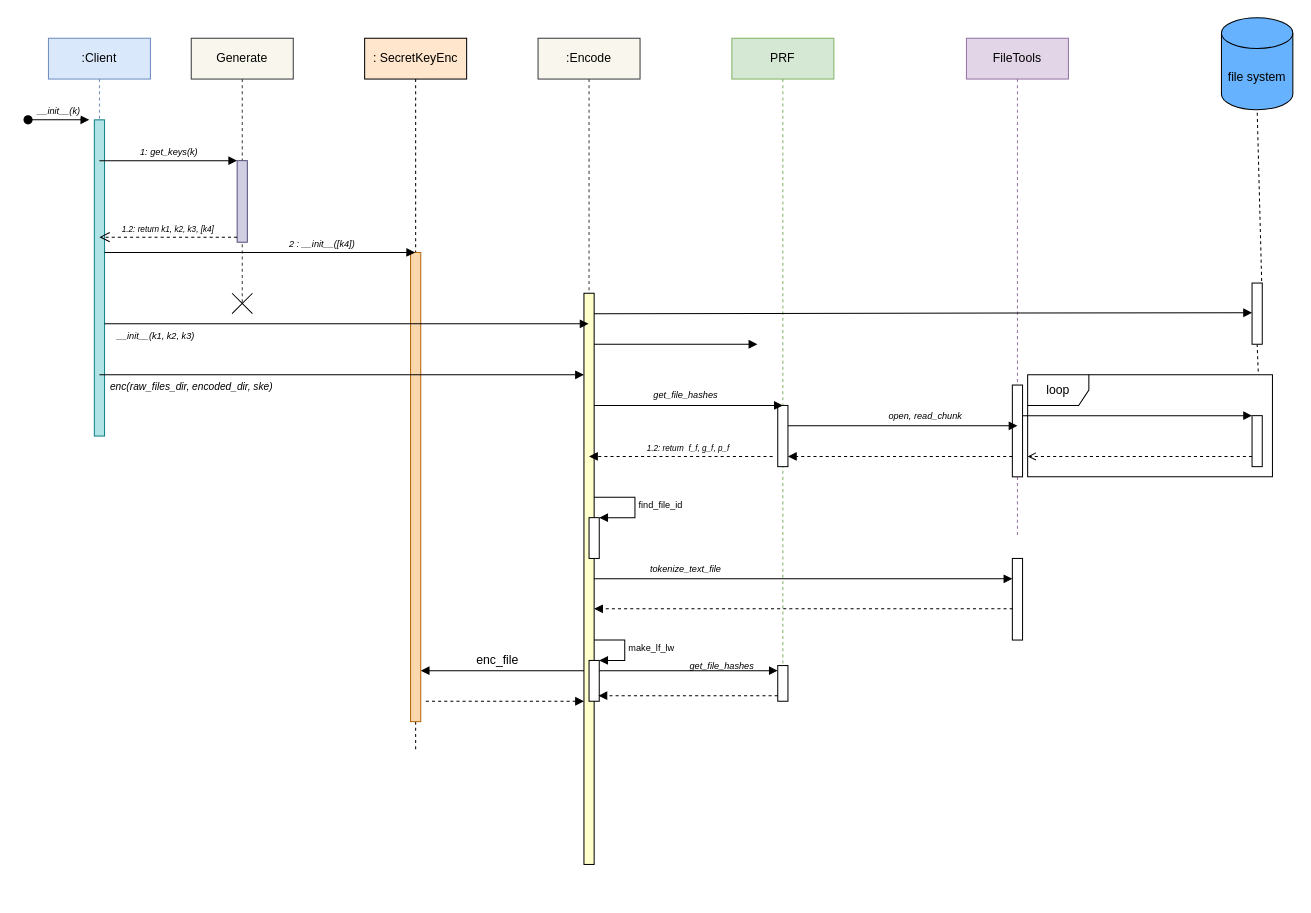
thisisel/dynamic-sse keeps this draw.io diagram as page "encode_SEQUENCE_DIAGRAM" (1 of 3) of diagrams/client-enc.drawio. Above is the earlier version. Source tidied: cells renumbered, new cells numbered last; positions are measured from the earlier drawing's top-left corner, leaving out a move shared by most shapes. Both pictures are drawn from the tidied source at 102%, with x=0, y=0 at pixel (28, 17).
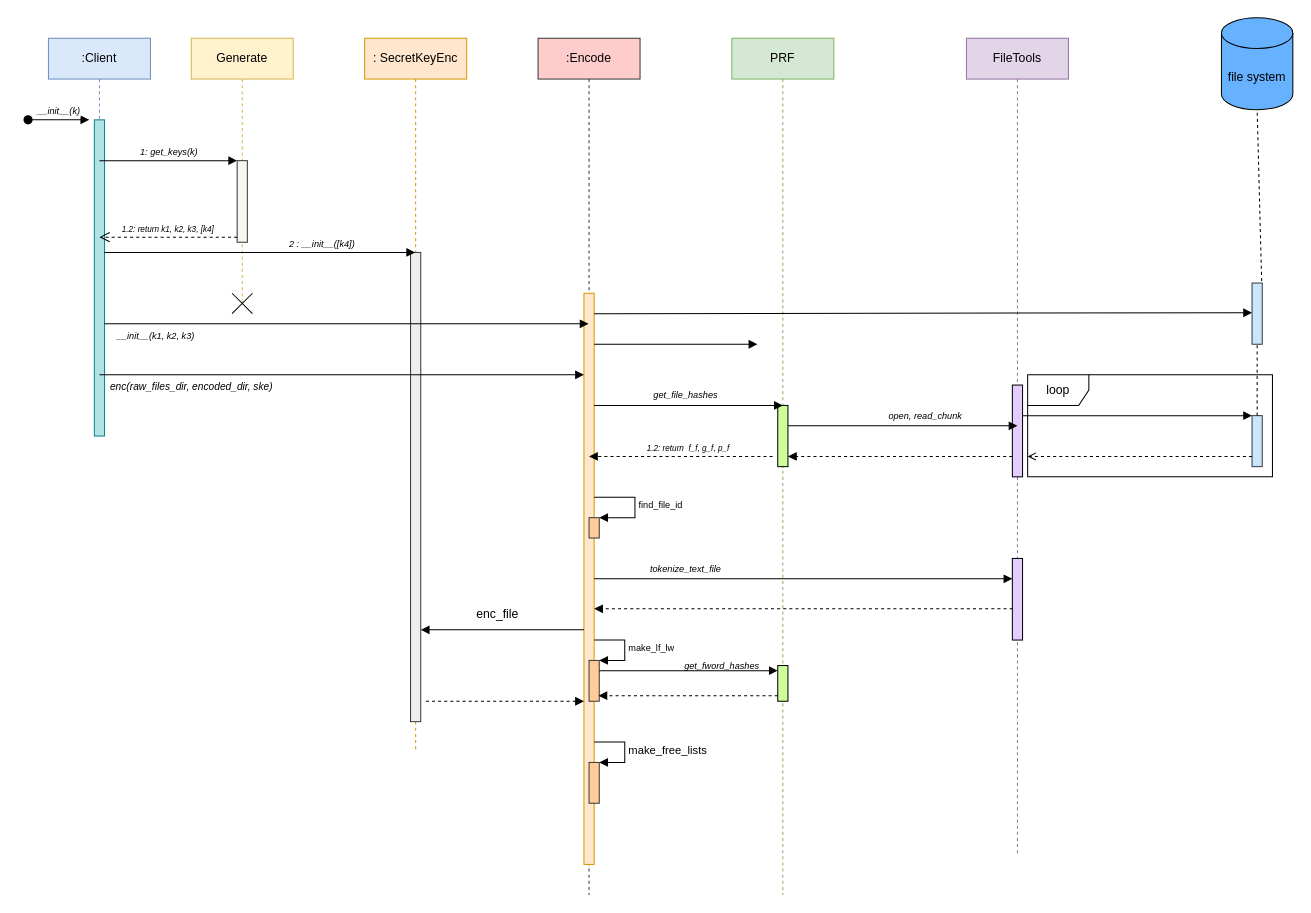
The same diagram, later.

Commit message:
:lipstick: completed make_lf_lw_ sequence diagram

The change refers to these unchanged cells:
```xml
<mxCell id="2" value="loop" style="shape=umlFrame;whiteSpace=wrap;html=1;" parent="1" vertex="1">
  <mxGeometry x="980" y="350" width="240" height="100" as="geometry" />
</mxCell>
```

Change to the diagram source:
```diff
@@
-    <mxCell id="6" value="Generate" style="shape=umlLifeline;perimeter=lifelinePerimeter;whiteSpace=wrap;html=1;newEdgeStyle={&quot;edgeStyle&quot;:&quot;elbowEdgeStyle&quot;,&quot;elbow&quot;:&quot;vertical&quot;,&quot;curved&quot;:0,&quot;rounded&quot;:0};fillColor=#f9f7ed;strokeColor=#36393d;" parent="1" vertex="1">
+    <mxCell id="6" value="Generate" style="shape=umlLifeline;perimeter=lifelinePerimeter;whiteSpace=wrap;html=1;newEdgeStyle={&quot;edgeStyle&quot;:&quot;elbowEdgeStyle&quot;,&quot;elbow&quot;:&quot;vertical&quot;,&quot;curved&quot;:0,&quot;rounded&quot;:0};fillColor=#fff2cc;strokeColor=#d6b656;" parent="1" vertex="1">
       <mxGeometry x="160" y="20" width="100" height="260" as="geometry" />
     </mxCell>
-    <mxCell id="7" style="html=1;points=[];perimeter=orthogonalPerimeter;outlineConnect=0;targetShapes=umlLifeline;portConstraint=eastwest;newEdgeStyle={&quot;edgeStyle&quot;:&quot;elbowEdgeStyle&quot;,&quot;elbow&quot;:&quot;vertical&quot;,&quot;curved&quot;:0,&quot;rounded&quot;:0};fillColor=#d0cee2;strokeColor=#56517e;" parent="6" vertex="1">
+    <mxCell id="7" style="html=1;points=[];perimeter=orthogonalPerimeter;outlineConnect=0;targetShapes=umlLifeline;portConstraint=eastwest;newEdgeStyle={&quot;edgeStyle&quot;:&quot;elbowEdgeStyle&quot;,&quot;elbow&quot;:&quot;vertical&quot;,&quot;curved&quot;:0,&quot;rounded&quot;:0};fillColor=#f9f7ed;strokeColor=#36393d;" parent="6" vertex="1">
       <mxGeometry x="45" y="120" width="10" height="80" as="geometry" />
     </mxCell>
@@
-    <mxCell id="10" value="&lt;font style=&quot;font-size: 12px;&quot;&gt;: SecretKeyEnc&lt;/font&gt;" style="shape=umlLifeline;perimeter=lifelinePerimeter;whiteSpace=wrap;html=1;outlineConnect=0;portConstraint=eastwest;newEdgeStyle={&quot;edgeStyle&quot;:&quot;elbowEdgeStyle&quot;,&quot;elbow&quot;:&quot;vertical&quot;,&quot;curved&quot;:0,&quot;rounded&quot;:0};fillColor=#FFE6CC;" parent="1" vertex="1">
+    <mxCell id="10" value="&lt;font style=&quot;font-size: 12px;&quot;&gt;: SecretKeyEnc&lt;/font&gt;" style="shape=umlLifeline;perimeter=lifelinePerimeter;whiteSpace=wrap;html=1;outlineConnect=0;portConstraint=eastwest;newEdgeStyle={&quot;edgeStyle&quot;:&quot;elbowEdgeStyle&quot;,&quot;elbow&quot;:&quot;vertical&quot;,&quot;curved&quot;:0,&quot;rounded&quot;:0};fillColor=#ffe6cc;strokeColor=#d79b00;" parent="1" vertex="1">
       <mxGeometry x="330" y="20" width="100" height="700" as="geometry" />
     </mxCell>
-    <mxCell id="11" style="html=1;points=[];perimeter=orthogonalPerimeter;outlineConnect=0;targetShapes=umlLifeline;portConstraint=eastwest;newEdgeStyle={&quot;edgeStyle&quot;:&quot;elbowEdgeStyle&quot;,&quot;elbow&quot;:&quot;vertical&quot;,&quot;curved&quot;:0,&quot;rounded&quot;:0};fillColor=#fad7ac;strokeColor=#b46504;" parent="10" vertex="1">
+    <mxCell id="11" style="html=1;points=[];perimeter=orthogonalPerimeter;outlineConnect=0;targetShapes=umlLifeline;portConstraint=eastwest;newEdgeStyle={&quot;edgeStyle&quot;:&quot;elbowEdgeStyle&quot;,&quot;elbow&quot;:&quot;vertical&quot;,&quot;curved&quot;:0,&quot;rounded&quot;:0};fillColor=#eeeeee;strokeColor=#36393d;" parent="10" vertex="1">
       <mxGeometry x="45" y="210" width="10" height="460" as="geometry" />
     </mxCell>
@@
-    <mxCell id="13" value=":Encode" style="shape=umlLifeline;perimeter=lifelinePerimeter;whiteSpace=wrap;html=1;outlineConnect=0;portConstraint=eastwest;newEdgeStyle={&quot;edgeStyle&quot;:&quot;elbowEdgeStyle&quot;,&quot;elbow&quot;:&quot;vertical&quot;,&quot;curved&quot;:0,&quot;rounded&quot;:0};fillColor=#f9f7ed;strokeColor=#36393d;" parent="1" vertex="1">
-      <mxGeometry x="500" y="20" width="100" height="750" as="geometry" />
+    <mxCell id="13" value=":Encode" style="shape=umlLifeline;perimeter=lifelinePerimeter;whiteSpace=wrap;html=1;outlineConnect=0;portConstraint=eastwest;newEdgeStyle={&quot;edgeStyle&quot;:&quot;elbowEdgeStyle&quot;,&quot;elbow&quot;:&quot;vertical&quot;,&quot;curved&quot;:0,&quot;rounded&quot;:0};fillColor=#FFCCCC;strokeColor=#36393d;" parent="1" vertex="1">
+      <mxGeometry x="500" y="20" width="100" height="840" as="geometry" />
     </mxCell>
-    <mxCell id="14" style="html=1;points=[];perimeter=orthogonalPerimeter;outlineConnect=0;targetShapes=umlLifeline;portConstraint=eastwest;newEdgeStyle={&quot;edgeStyle&quot;:&quot;elbowEdgeStyle&quot;,&quot;elbow&quot;:&quot;vertical&quot;,&quot;curved&quot;:0,&quot;rounded&quot;:0};fillColor=#FFFFCC;" parent="13" vertex="1">
+    <mxCell id="14" style="html=1;points=[];perimeter=orthogonalPerimeter;outlineConnect=0;targetShapes=umlLifeline;portConstraint=eastwest;newEdgeStyle={&quot;edgeStyle&quot;:&quot;elbowEdgeStyle&quot;,&quot;elbow&quot;:&quot;vertical&quot;,&quot;curved&quot;:0,&quot;rounded&quot;:0};fillColor=#ffe6cc;strokeColor=#d79b00;" parent="13" vertex="1">
       <mxGeometry x="45" y="250" width="10" height="560" as="geometry" />
     </mxCell>
@@
     <mxCell id="18" value="FileTools" style="shape=umlLifeline;perimeter=lifelinePerimeter;whiteSpace=wrap;html=1;newEdgeStyle={&quot;edgeStyle&quot;:&quot;elbowEdgeStyle&quot;,&quot;elbow&quot;:&quot;vertical&quot;,&quot;curved&quot;:0,&quot;rounded&quot;:0};fillColor=#e1d5e7;strokeColor=#9673a6;" parent="1" vertex="1">
-      <mxGeometry x="920" y="20" width="100" height="490" as="geometry" />
+      <mxGeometry x="920" y="20" width="100" height="800" as="geometry" />
     </mxCell>
-    <mxCell id="19" style="html=1;points=[];perimeter=orthogonalPerimeter;outlineConnect=0;targetShapes=umlLifeline;portConstraint=eastwest;newEdgeStyle={&quot;edgeStyle&quot;:&quot;elbowEdgeStyle&quot;,&quot;elbow&quot;:&quot;vertical&quot;,&quot;curved&quot;:0,&quot;rounded&quot;:0};" parent="18" vertex="1">
+    <mxCell id="19" style="html=1;points=[];perimeter=orthogonalPerimeter;outlineConnect=0;targetShapes=umlLifeline;portConstraint=eastwest;newEdgeStyle={&quot;edgeStyle&quot;:&quot;elbowEdgeStyle&quot;,&quot;elbow&quot;:&quot;vertical&quot;,&quot;curved&quot;:0,&quot;rounded&quot;:0};fillColor=#E5CCFF;" parent="18" vertex="1">
       <mxGeometry x="45" y="340" width="10" height="90" as="geometry" />
     </mxCell>
     <mxCell id="20" value="PRF" style="shape=umlLifeline;perimeter=lifelinePerimeter;whiteSpace=wrap;html=1;newEdgeStyle={&quot;edgeStyle&quot;:&quot;elbowEdgeStyle&quot;,&quot;elbow&quot;:&quot;vertical&quot;,&quot;curved&quot;:0,&quot;rounded&quot;:0};fillColor=#d5e8d4;strokeColor=#82b366;" parent="1" vertex="1">
-      <mxGeometry x="690" y="20" width="100" height="640" as="geometry" />
+      <mxGeometry x="690" y="20" width="100" height="840" as="geometry" />
     </mxCell>
-    <mxCell id="21" style="html=1;points=[];perimeter=orthogonalPerimeter;outlineConnect=0;targetShapes=umlLifeline;portConstraint=eastwest;newEdgeStyle={&quot;edgeStyle&quot;:&quot;elbowEdgeStyle&quot;,&quot;elbow&quot;:&quot;vertical&quot;,&quot;curved&quot;:0,&quot;rounded&quot;:0};" parent="20" vertex="1">
+    <mxCell id="21" style="html=1;points=[];perimeter=orthogonalPerimeter;outlineConnect=0;targetShapes=umlLifeline;portConstraint=eastwest;newEdgeStyle={&quot;edgeStyle&quot;:&quot;elbowEdgeStyle&quot;,&quot;elbow&quot;:&quot;vertical&quot;,&quot;curved&quot;:0,&quot;rounded&quot;:0};fillColor=#CCFF99;" parent="20" vertex="1">
       <mxGeometry x="45" y="360" width="10" height="60" as="geometry" />
     </mxCell>
@@
-    <mxCell id="24" style="html=1;points=[];perimeter=orthogonalPerimeter;fontSize=9;" parent="1" vertex="1">
-      <mxGeometry x="550" y="490" width="10" height="40" as="geometry" />
+    <mxCell id="24" style="html=1;points=[];perimeter=orthogonalPerimeter;fontSize=9;fillColor=#ffcc99;strokeColor=#36393d;" parent="1" vertex="1">
+      <mxGeometry x="550" y="490" width="10" height="20" as="geometry" />
     </mxCell>
@@
-    <mxCell id="26" style="html=1;points=[];perimeter=orthogonalPerimeter;fontSize=9;" parent="1" vertex="1">
+    <mxCell id="26" style="html=1;points=[];perimeter=orthogonalPerimeter;fontSize=9;fillColor=#ffcc99;strokeColor=#36393d;" parent="1" vertex="1">
       <mxGeometry x="550" y="630" width="10" height="40" as="geometry" />
     </mxCell>
@@
-    <mxCell id="31" style="html=1;points=[];perimeter=orthogonalPerimeter;outlineConnect=0;targetShapes=umlLifeline;portConstraint=eastwest;newEdgeStyle={&quot;edgeStyle&quot;:&quot;elbowEdgeStyle&quot;,&quot;elbow&quot;:&quot;vertical&quot;,&quot;curved&quot;:0,&quot;rounded&quot;:0};" parent="1" vertex="1">
+    <mxCell id="31" style="html=1;points=[];perimeter=orthogonalPerimeter;outlineConnect=0;targetShapes=umlLifeline;portConstraint=eastwest;newEdgeStyle={&quot;edgeStyle&quot;:&quot;elbowEdgeStyle&quot;,&quot;elbow&quot;:&quot;vertical&quot;,&quot;curved&quot;:0,&quot;rounded&quot;:0};fillColor=#cce5ff;strokeColor=#36393d;" parent="1" vertex="1">
       <mxGeometry x="1200" y="390" width="10" height="50" as="geometry" />
     </mxCell>
@@
-    <mxCell id="35" style="html=1;points=[];perimeter=orthogonalPerimeter;fontSize=12;fillColor=#FFFFFF;" parent="1" vertex="1">
+    <mxCell id="35" style="html=1;points=[];perimeter=orthogonalPerimeter;fontSize=12;fillColor=#E5CCFF;" parent="1" vertex="1">
       <mxGeometry x="965" y="530" width="10" height="80" as="geometry" />
     </mxCell>
@@
     <mxCell id="42" style="html=1;verticalAlign=bottom;labelBackgroundColor=none;endArrow=block;endFill=1;fontSize=12;" parent="1" edge="1" source="14" target="11">
       <mxGeometry relative="1" as="geometry">
         <Array as="points">
-          <mxPoint x="460" y="640" />
+          <mxPoint x="460" y="600" />
         </Array>
       </mxGeometry>
     </mxCell>
@@
     <mxCell id="44" value="enc_file" style="text;html=1;align=center;verticalAlign=middle;strokeColor=none;fillColor=none;fontSize=12;" parent="1" vertex="1">
-      <mxGeometry x="430" y="615" width="60" height="30" as="geometry" />
+      <mxGeometry x="430" y="570" width="60" height="30" as="geometry" />
     </mxCell>
-    <mxCell id="45" style="html=1;points=[];perimeter=orthogonalPerimeter;outlineConnect=0;targetShapes=umlLifeline;portConstraint=eastwest;newEdgeStyle={&quot;edgeStyle&quot;:&quot;elbowEdgeStyle&quot;,&quot;elbow&quot;:&quot;vertical&quot;,&quot;curved&quot;:0,&quot;rounded&quot;:0};" parent="1" vertex="1">
+    <mxCell id="45" style="html=1;points=[];perimeter=orthogonalPerimeter;outlineConnect=0;targetShapes=umlLifeline;portConstraint=eastwest;newEdgeStyle={&quot;edgeStyle&quot;:&quot;elbowEdgeStyle&quot;,&quot;elbow&quot;:&quot;vertical&quot;,&quot;curved&quot;:0,&quot;rounded&quot;:0};fillColor=#CCFF99;" parent="1" vertex="1">
       <mxGeometry x="735" y="635" width="10" height="35" as="geometry" />
     </mxCell>
@@
-    <mxCell id="48" value="&lt;span style=&quot;font-size: 9px; font-style: italic;&quot;&gt;get_file_hashes&lt;/span&gt;" style="text;html=1;align=center;verticalAlign=middle;strokeColor=none;fillColor=none;fontSize=12;" parent="1" vertex="1">
-      <mxGeometry x="635" y="620" width="90" height="30" as="geometry" />
+    <mxCell id="48" value="&lt;span style=&quot;font-size: 9px; font-style: italic;&quot;&gt;get_fword_hashes&lt;/span&gt;" style="text;html=1;align=center;verticalAlign=middle;strokeColor=none;fillColor=none;fontSize=12;" parent="1" vertex="1">
+      <mxGeometry x="630" y="620" width="100" height="30" as="geometry" />
     </mxCell>
@@
-    <mxCell id="51" style="endArrow=none;dashed=1;html=1;fontSize=12;entryX=0.5;entryY=1;entryDx=0;entryDy=0;entryPerimeter=0;exitX=0.942;exitY=-0.033;exitDx=0;exitDy=0;exitPerimeter=0;" parent="1" edge="1" source="2" target="52">
+    <mxCell id="51" style="endArrow=none;dashed=1;html=1;fontSize=12;entryX=0.5;entryY=1;entryDx=0;entryDy=0;entryPerimeter=0;" parent="1" edge="1" source="31" target="52">
       <mxGeometry relative="1" as="geometry" />
     </mxCell>
-    <mxCell id="52" style="html=1;points=[];perimeter=orthogonalPerimeter;fontSize=12;fillColor=#FFFFFF;" parent="1" vertex="1">
+    <mxCell id="52" style="html=1;points=[];perimeter=orthogonalPerimeter;fontSize=12;fillColor=#cce5ff;strokeColor=#36393d;" parent="1" vertex="1">
       <mxGeometry x="1200" y="260" width="10" height="60" as="geometry" />
     </mxCell>
+    <mxCell id="53" style="html=1;points=[];perimeter=orthogonalPerimeter;fillColor=#ffcc99;strokeColor=#36393d;" parent="1" vertex="1">
+      <mxGeometry x="550" y="730" width="10" height="40" as="geometry" />
+    </mxCell>
+    <mxCell id="54" value="make_free_lists" style="edgeStyle=orthogonalEdgeStyle;html=1;align=left;spacingLeft=2;endArrow=block;rounded=0;entryX=1;entryY=0;" parent="1" edge="1" target="53">
+      <mxGeometry relative="1" as="geometry">
+        <mxPoint x="555" y="710" as="sourcePoint" />
+        <Array as="points">
+          <mxPoint x="585" y="710" />
+        </Array>
+      </mxGeometry>
+    </mxCell>
```
